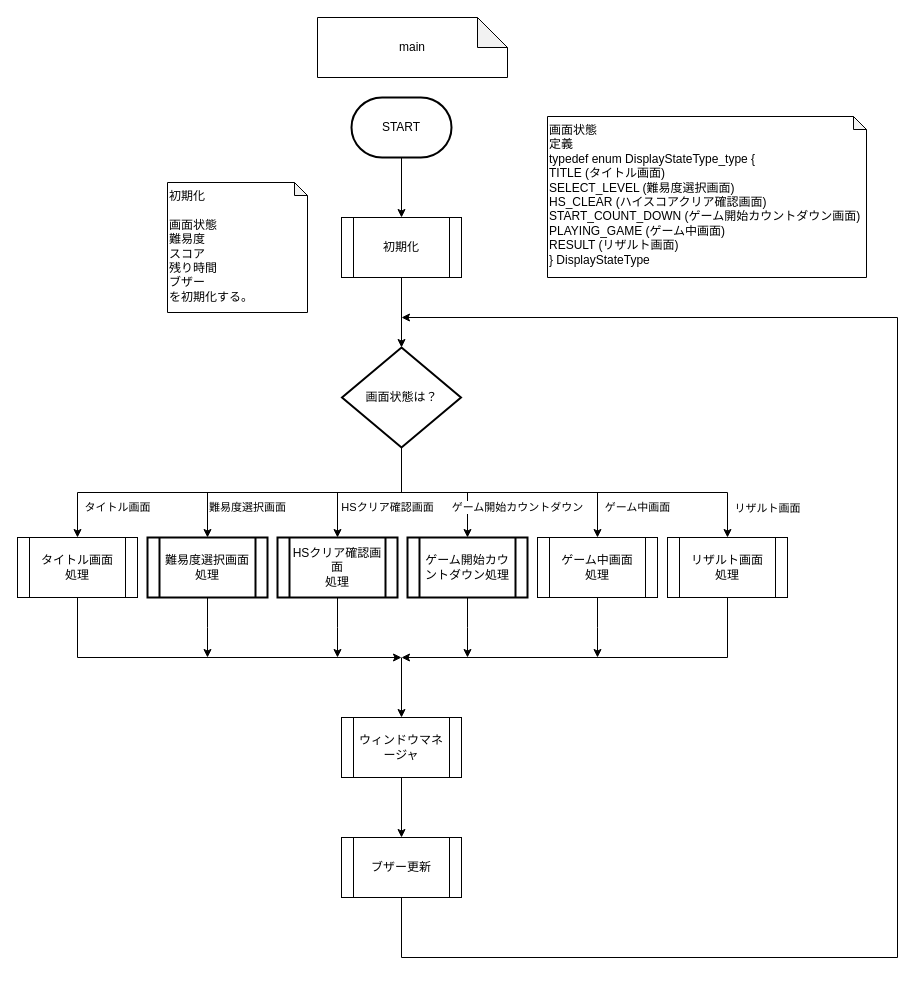
This is page "main" (1 of 9) of 資料/設計書/フローチャート/モグラ叩き_フローチャート_ゲーム前.drawio from hakohumi/comp.train.whack-a-mole, a draw.io file, before an edit. Source tidied: cells renumbered, new cells numbered last; positions are measured from the earlier drawing's top-left corner, leaving out a move shared by most shapes. Both pictures are drawn from the tidied source at 100%, with x=0, y=0 at pixel (17, 17).
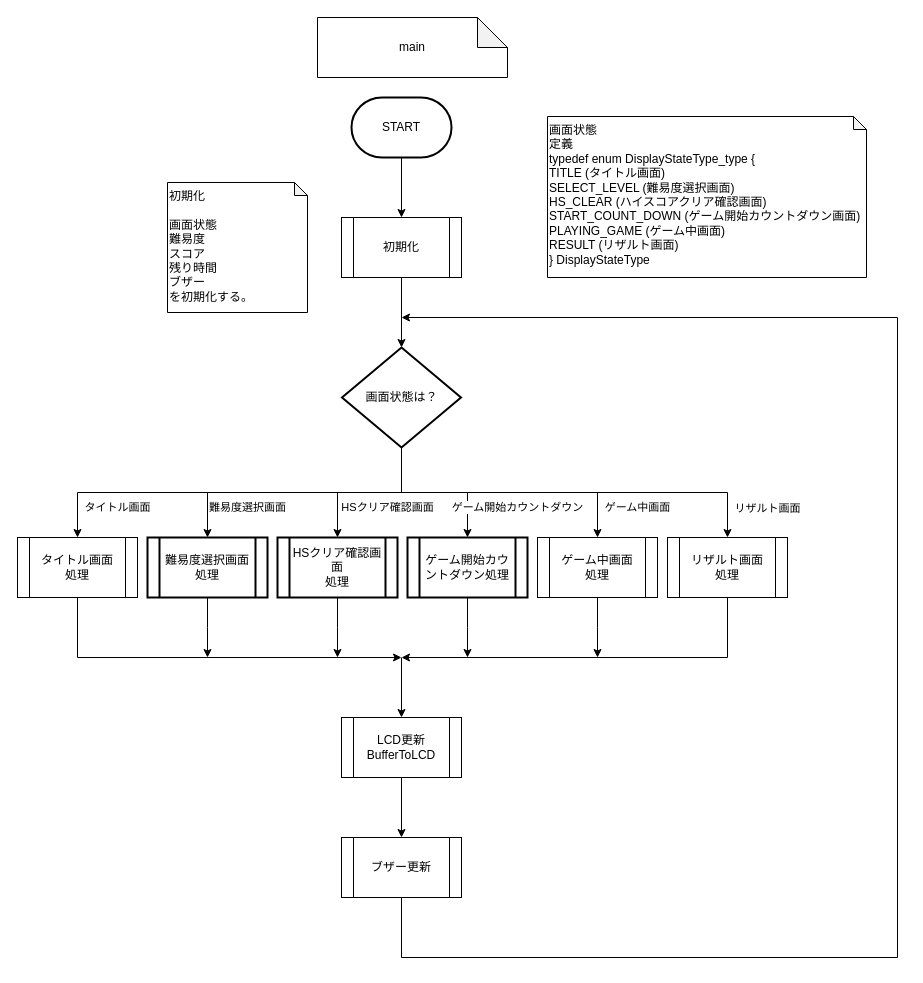
The same page after the edit.

Change to the diagram source:
```diff
@@
-    <mxCell id="26" value="ウィンドウマネージャ" style="shape=process;whiteSpace=wrap;html=1;backgroundOutline=1;" parent="1" vertex="1">
+    <mxCell id="26" value="LCD更新&lt;br&gt;BufferToLCD" style="shape=process;whiteSpace=wrap;html=1;backgroundOutline=1;" parent="1" vertex="1">
       <mxGeometry x="324" y="700" width="120" height="60" as="geometry" />
     </mxCell>
```
